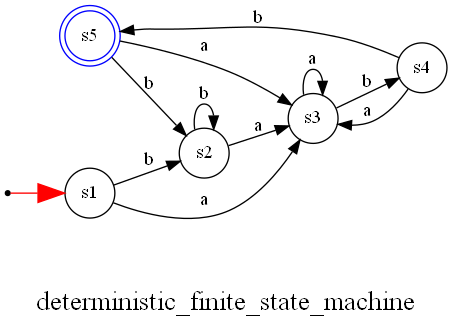
The Graphviz diagram Images/dfa.gv.png in Ashutosh-Patel028/Compiler-Design-Lab, before a commit. Its source is kept beside it as Images/dfa.gv.
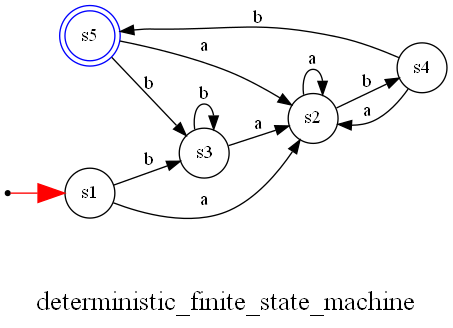
After the commit.

Diff of the diagram source:
```diff
@@ -3,16 +3,16 @@
 	node [color=blue shape=doublecircle]
 	s5
 	node [color=black shape=circle]
-	s1 -> s2 [label=b]
-	s1 -> s3 [label=a]
-	s3 -> s4 [label=b]
-	s3 -> s3 [label=a]
+	s1 -> s2 [label=a]
+	s1 -> s3 [label=b]
+	s3 -> s2 [label=a]
+	s3 -> s3 [label=b]
+	s2 -> s2 [label=a]
+	s2 -> s4 [label=b]
+	s4 -> s2 [label=a]
 	s4 -> s5 [label=b]
-	s4 -> s3 [label=a]
-	s5 -> s2 [label=b]
-	s5 -> s3 [label=a]
-	s2 -> s2 [label=b]
-	s2 -> s3 [label=a]
+	s5 -> s2 [label=a]
+	s5 -> s3 [label=b]
 	node [shape=point]
 	"" -> s1 [arrowsize=2 color=red]
 	label="\n\ndeterministic_finite_state_machine"
```
